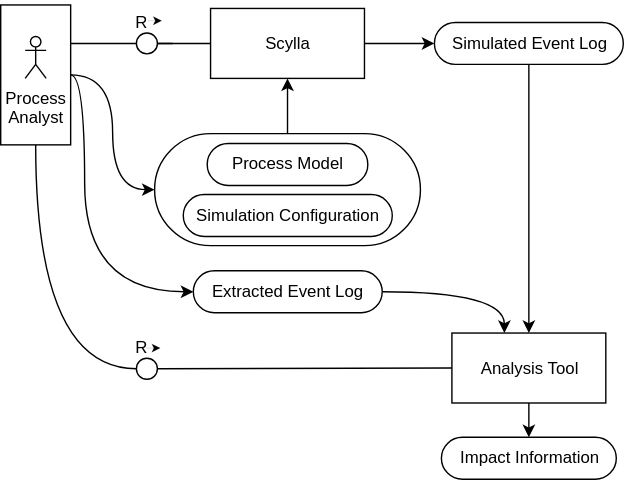
Above: architecture_concrete.svg in fyndalf/master-thesis (draw.io), before the change. Source tidied: cells renumbered, new cells last; positions are measured from the earlier drawing's top-left corner, leaving out a move shared by most shapes.
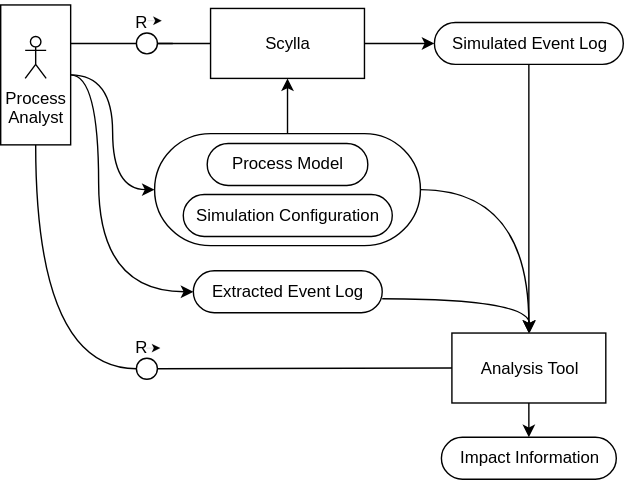
Later version of the same file.

What changed in the source:
```diff
@@ -39,8 +39,8 @@
     <mxCell id="9" style="edgeStyle=orthogonalEdgeStyle;rounded=0;jettySize=auto;html=1;entryX=0;entryY=0.5;entryDx=0;entryDy=0;entryPerimeter=0;curved=1;endArrow=classic;endFill=1;" parent="1" edge="1" source="10" target="26">
       <mxGeometry relative="1" as="geometry">
         <Array as="points">
-          <mxPoint x="60" y="52" />
-          <mxPoint x="60" y="207" />
+          <mxPoint x="70" y="52" />
+          <mxPoint x="70" y="207" />
         </Array>
       </mxGeometry>
     </mxCell>
@@ -80,6 +80,9 @@
         <mxPoint x="115" y="13.3" as="targetPoint" />
       </mxGeometry>
     </mxCell>
+    <mxCell id="29" style="edgeStyle=orthogonalEdgeStyle;curved=1;rounded=0;jettySize=auto;html=1;endArrow=classic;endFill=1;" parent="1" edge="1" source="21" target="15">
+      <mxGeometry relative="1" as="geometry" />
+    </mxCell>
     <mxCell id="21" style="rounded=1;whiteSpace=wrap;html=1;fillColor=none;arcSize=50;" parent="1" vertex="1">
       <mxGeometry x="110" y="94" width="190" height="80" as="geometry" />
     </mxCell>
@@ -95,7 +98,7 @@
     <mxCell id="25" style="edgeStyle=orthogonalEdgeStyle;curved=1;rounded=0;jettySize=auto;html=1;endArrow=classic;endFill=1;" parent="1" edge="1" source="26" target="15">
       <mxGeometry relative="1" as="geometry">
         <Array as="points">
-          <mxPoint x="360" y="207" />
+          <mxPoint x="378" y="212" />
         </Array>
       </mxGeometry>
     </mxCell>
```
